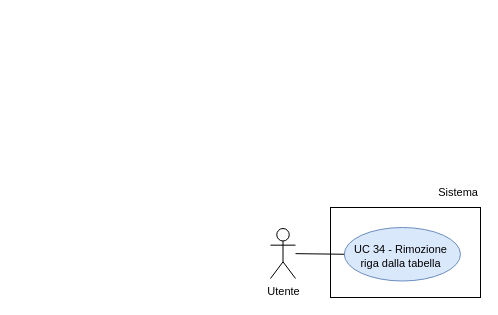
This is RTB/doc_esterna/analisi-dei-requisiti/assets/draw.io/UC34.drawio from thebitless-group-swe/thebitless.github.io, a draw.io file, before an edit. Source tidied: cells renumbered, new cells numbered last; positions are measured from the earlier drawing's top-left corner, leaving out a move shared by most shapes. Both pictures are drawn from the tidied source at 100%, with x=0, y=0 at pixel (270, 177).
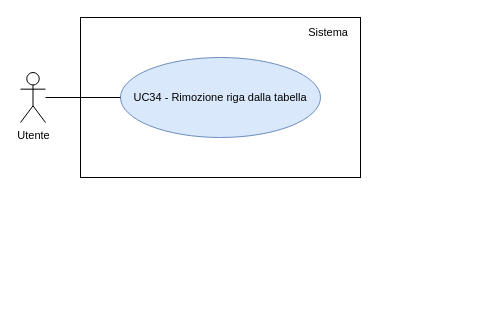
Above is the later version.

Change to the diagram source:
```diff
@@
 <mxGraphModel>
   <root>
     <mxCell id="0" />
     <mxCell id="1" parent="0" />
     <mxCell id="2" value="Utente" style="shape=umlActor;verticalLabelPosition=bottom;verticalAlign=top;html=1;outlineConnect=0;fontSize=11;" parent="1" vertex="1">
-      <mxGeometry y="51" width="25" height="50" as="geometry" />
+      <mxGeometry x="-250" y="-105" width="25" height="50" as="geometry" />
     </mxCell>
-    <mxCell id="3" style="rounded=0;whiteSpace=wrap;html=1;strokeWidth=1;" parent="1" vertex="1">
-      <mxGeometry x="60" y="30" width="150" height="90" as="geometry" />
-    </mxCell>
+    <mxCell id="8" style="rounded=0;whiteSpace=wrap;html=1;strokeWidth=1;" parent="1" vertex="1">
+      <mxGeometry x="-190" y="-160" width="280" height="160" as="geometry" />
+    </mxCell>
     <mxCell id="4" value="Sistema" style="text;html=1;whiteSpace=wrap;strokeColor=none;fillColor=none;align=right;verticalAlign=middle;fontSize=11;" parent="1" vertex="1">
-      <mxGeometry x="150" width="60" height="30" as="geometry" />
+      <mxGeometry x="10" y="-155" width="70" height="20" as="geometry" />
     </mxCell>
-    <mxCell id="5" value="UC 34 - Rimozione&amp;nbsp; riga dalla tabella&amp;nbsp;" style="ellipse;whiteSpace=wrap;html=1;fillColor=#dae8fc;strokeColor=#6c8ebf;fontSize=11;spacingBottom=-5;spacingLeft=0;" parent="1" vertex="1">
-      <mxGeometry x="73.8" y="50" width="116.2" height="53.5" as="geometry" />
-    </mxCell>
-    <mxCell id="6" style="edgeStyle=none;rounded=0;jettySize=auto;html=1;endArrow=none;endFill=0;" parent="1" edge="1" source="2" target="5">
-      <mxGeometry relative="1" as="geometry" />
-    </mxCell>
-    <mxCell id="7" style="edgeStyle=orthogonalEdgeStyle;rounded=0;orthogonalLoop=1;jettySize=auto;html=1;exitX=0.5;exitY=1;exitDx=0;exitDy=0;" parent="1" edge="1" source="4" target="4">
-      <mxGeometry relative="1" as="geometry" />
-    </mxCell>
+    <mxCell id="9" value="UC34 - Rimozione riga dalla tabella" style="ellipse;whiteSpace=wrap;html=1;fillColor=#dae8fc;strokeColor=#6c8ebf;fontSize=11;" parent="1" vertex="1">
+      <mxGeometry x="-150" y="-120" width="200" height="80" as="geometry" />
+    </mxCell>
+    <mxCell id="10" style="edgeStyle=none;rounded=0;jettySize=auto;html=1;endArrow=none;endFill=0;" parent="1" edge="1" source="2" target="9">
+      <mxGeometry relative="1" as="geometry" />
+    </mxCell>
   </root>
 </mxGraphModel>
```
